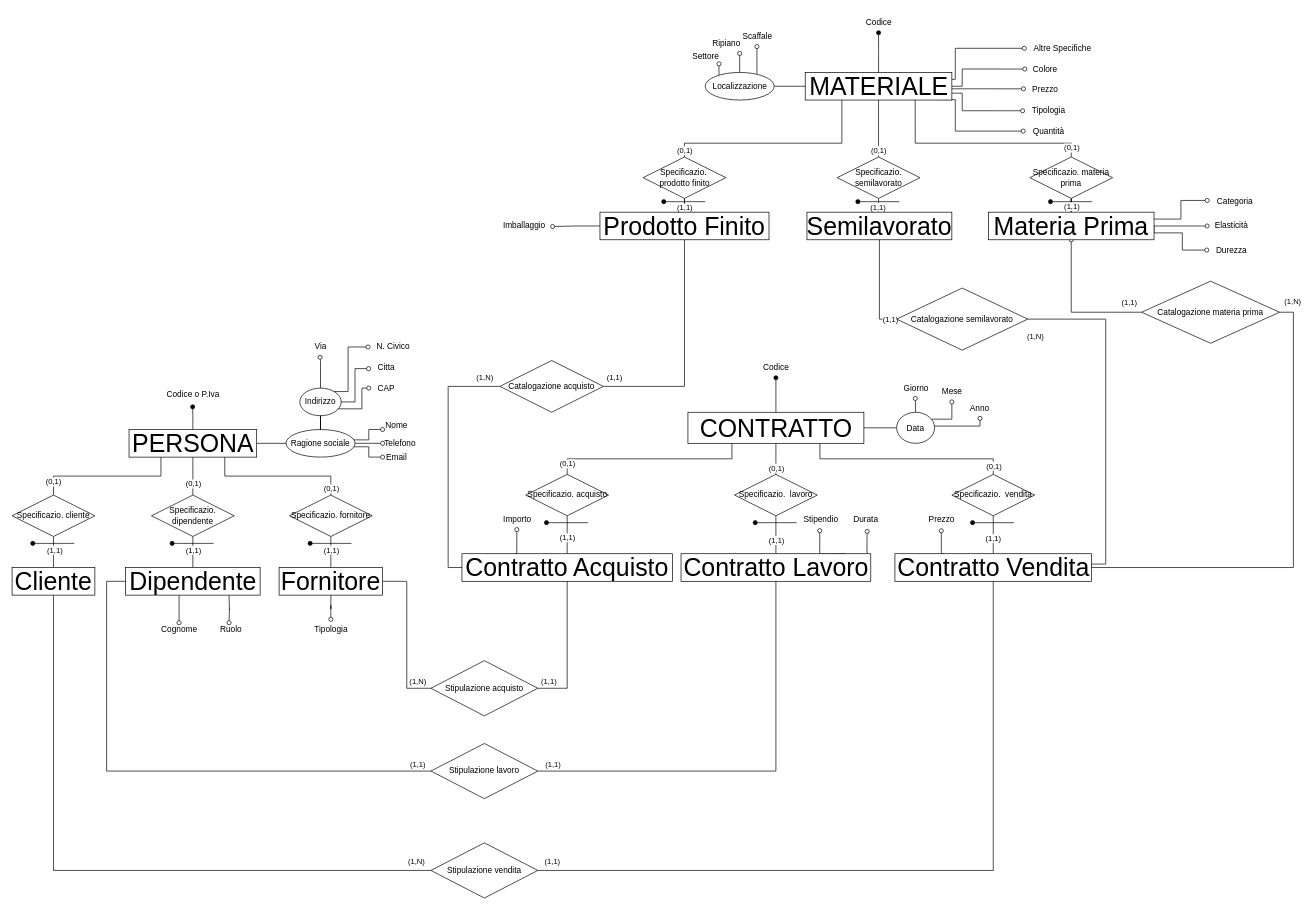
The draw.io diagram 3)Progettazione logica/MODELLO ER con GENERALIZZAZIONE.drawio in mikecostanzi/ProgettoBasiDati, before the edit. Source tidied: cells renumbered, new cells numbered last; positions are measured from the earlier drawing's top-left corner, leaving out a move shared by most shapes. Both pictures are drawn from the tidied source at 69%, with x=0, y=0 at pixel (12, 12).
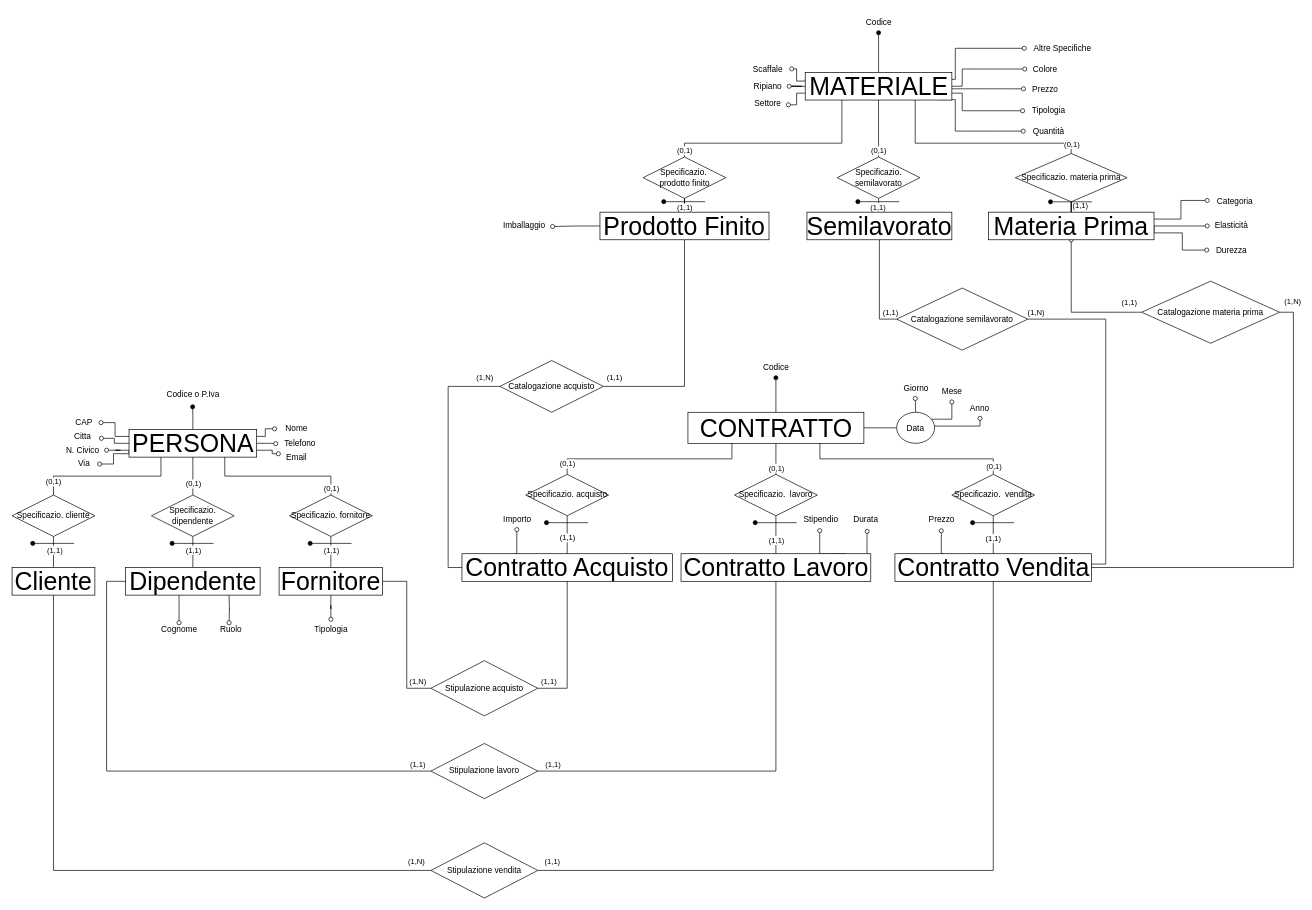
The same page after the edit.

Commit message (it also covers changes not shown here):
Modificata la generalizzazione

The change refers to these unchanged cells:
```xml
<mxCell id="4" value="PERSONA" style="whiteSpace=wrap;html=1;align=center;fontSize=36;" parent="1" vertex="1">
  <mxGeometry x="169.5" y="605" width="185" height="40" as="geometry" />
</mxCell>
<mxCell id="50" style="edgeStyle=orthogonalEdgeStyle;rounded=0;jettySize=auto;html=1;entryX=1;entryY=0.5;entryDx=0;entryDy=0;endArrow=none;endFill=0;exitX=1;exitY=0.5;exitDx=0;exitDy=0;" parent="1" edge="1" source="56" target="92">
  <mxGeometry relative="1" as="geometry">
    <Array as="points">
      <mxPoint x="1565" y="800" />
      <mxPoint x="1585" y="800" />
      <mxPoint x="1585" y="445" />
    </Array>
  </mxGeometry>
</mxCell>
<mxCell id="90" style="edgeStyle=orthogonalEdgeStyle;rounded=0;jettySize=auto;html=1;entryX=0.5;entryY=1;entryDx=0;entryDy=0;endArrow=none;endFill=0;exitX=0;exitY=0.5;exitDx=0;exitDy=0;" parent="1" edge="1" source="92" target="116">
  <mxGeometry relative="1" as="geometry" />
</mxCell>
<mxCell id="103" value="MATERIALE" style="whiteSpace=wrap;html=1;align=center;fontSize=36;" parent="1" vertex="1">
  <mxGeometry x="1149.5" y="87.5" width="212.5" height="40" as="geometry" />
</mxCell>
<mxCell id="107" style="edgeStyle=orthogonalEdgeStyle;rounded=0;jettySize=auto;html=1;entryX=0.5;entryY=1;entryDx=0;entryDy=0;endArrow=none;endFill=0;" parent="1" edge="1" source="109" target="160">
  <mxGeometry relative="1" as="geometry" />
</mxCell>
```

The edit, as a diff of the source:
```diff
@@
-    <mxCell id="2" style="edgeStyle=orthogonalEdgeStyle;rounded=0;jettySize=auto;html=1;fontSize=12;endArrow=none;endFill=0;" parent="1" edge="1" source="4" target="23">
-      <mxGeometry relative="1" as="geometry" />
-    </mxCell>
@@
+    <mxCell id="170" style="edgeStyle=orthogonalEdgeStyle;rounded=0;jettySize=auto;html=1;exitX=0;exitY=0.25;exitDx=0;exitDy=0;endArrow=oval;endFill=0;" parent="1" edge="1" source="4" target="33">
+      <mxGeometry relative="1" as="geometry" />
+    </mxCell>
+    <mxCell id="171" style="edgeStyle=orthogonalEdgeStyle;rounded=0;jettySize=auto;html=1;entryX=1.05;entryY=0.592;entryDx=0;entryDy=0;entryPerimeter=0;endArrow=oval;endFill=0;" parent="1" edge="1" source="4" target="32">
+      <mxGeometry relative="1" as="geometry" />
+    </mxCell>
+    <mxCell id="172" style="edgeStyle=orthogonalEdgeStyle;rounded=0;jettySize=auto;html=1;exitX=0;exitY=0.75;exitDx=0;exitDy=0;endArrow=oval;endFill=0;" parent="1" edge="1" source="4" target="31">
+      <mxGeometry relative="1" as="geometry" />
+    </mxCell>
+    <mxCell id="173" style="edgeStyle=orthogonalEdgeStyle;rounded=0;jettySize=auto;html=1;exitX=0;exitY=0.75;exitDx=0;exitDy=0;endArrow=oval;endFill=0;" parent="1" edge="1" source="4">
+      <mxGeometry relative="1" as="geometry">
+        <mxPoint x="127" y="655" as="targetPoint" />
+        <Array as="points">
+          <mxPoint x="170" y="640" />
+          <mxPoint x="147" y="640" />
+          <mxPoint x="147" y="655" />
+        </Array>
+      </mxGeometry>
+    </mxCell>
+    <mxCell id="174" style="edgeStyle=orthogonalEdgeStyle;rounded=0;jettySize=auto;html=1;exitX=1;exitY=0.25;exitDx=0;exitDy=0;entryX=-0.025;entryY=0.548;entryDx=0;entryDy=0;entryPerimeter=0;endArrow=oval;endFill=0;" parent="1" edge="1" source="4" target="34">
+      <mxGeometry relative="1" as="geometry">
+        <Array as="points">
+          <mxPoint x="367" y="615" />
+          <mxPoint x="367" y="604" />
+        </Array>
+      </mxGeometry>
+    </mxCell>
+    <mxCell id="175" style="edgeStyle=orthogonalEdgeStyle;rounded=0;jettySize=auto;html=1;entryX=0.002;entryY=0.513;entryDx=0;entryDy=0;entryPerimeter=0;endArrow=oval;endFill=0;" parent="1" edge="1" source="4" target="35">
+      <mxGeometry relative="1" as="geometry" />
+    </mxCell>
+    <mxCell id="176" style="edgeStyle=orthogonalEdgeStyle;rounded=0;jettySize=auto;html=1;exitX=1;exitY=0.75;exitDx=0;exitDy=0;endArrow=oval;endFill=0;entryX=-0.021;entryY=0.337;entryDx=0;entryDy=0;entryPerimeter=0;" parent="1" edge="1" source="4" target="36">
+      <mxGeometry relative="1" as="geometry">
+        <Array as="points">
+          <mxPoint x="377" y="635" />
+          <mxPoint x="377" y="640" />
+          <mxPoint x="386" y="640" />
+        </Array>
+      </mxGeometry>
+    </mxCell>
@@
-    <mxCell id="19" style="edgeStyle=orthogonalEdgeStyle;rounded=0;jettySize=auto;html=1;fontSize=12;endArrow=none;endFill=0;" parent="1" edge="1" source="23" target="28">
-      <mxGeometry relative="1" as="geometry" />
-    </mxCell>
-    <mxCell id="20" style="edgeStyle=orthogonalEdgeStyle;rounded=0;jettySize=auto;html=1;endArrow=oval;endFill=0;" parent="1" edge="1" source="23">
-      <mxGeometry relative="1" as="geometry">
-        <mxPoint x="537" y="605" as="targetPoint" />
-        <Array as="points">
-          <mxPoint x="517" y="620" />
-          <mxPoint x="517" y="605" />
-        </Array>
-      </mxGeometry>
-    </mxCell>
-    <mxCell id="21" style="edgeStyle=orthogonalEdgeStyle;rounded=0;jettySize=auto;html=1;endArrow=oval;endFill=0;" parent="1" edge="1" source="23">
-      <mxGeometry relative="1" as="geometry">
-        <mxPoint x="537" y="625" as="targetPoint" />
-      </mxGeometry>
-    </mxCell>
-    <mxCell id="22" style="edgeStyle=orthogonalEdgeStyle;rounded=0;jettySize=auto;html=1;endArrow=oval;endFill=0;" parent="1" edge="1" source="23">
-      <mxGeometry relative="1" as="geometry">
-        <mxPoint x="537" y="645" as="targetPoint" />
-        <Array as="points">
-          <mxPoint x="517" y="630" />
-          <mxPoint x="517" y="645" />
-        </Array>
-      </mxGeometry>
-    </mxCell>
-    <mxCell id="23" value="Ragione sociale" style="ellipse;whiteSpace=wrap;html=1;align=center;fontSize=12;fillColor=none;" parent="1" vertex="1">
-      <mxGeometry x="397" y="605" width="100" height="40" as="geometry" />
-    </mxCell>
-    <mxCell id="24" style="edgeStyle=orthogonalEdgeStyle;rounded=0;jettySize=auto;html=1;fontSize=12;endArrow=oval;endFill=0;exitX=0.5;exitY=0;exitDx=0;exitDy=0;entryX=0.484;entryY=1.01;entryDx=0;entryDy=0;entryPerimeter=0;" parent="1" edge="1" source="28" target="30">
-      <mxGeometry relative="1" as="geometry">
-        <Array as="points">
-          <mxPoint x="447" y="505" />
-        </Array>
-      </mxGeometry>
-    </mxCell>
-    <mxCell id="25" style="edgeStyle=orthogonalEdgeStyle;rounded=0;jettySize=auto;html=1;endArrow=oval;endFill=0;entryX=-0.006;entryY=0.557;entryDx=0;entryDy=0;entryPerimeter=0;" parent="1" edge="1" source="28" target="32">
-      <mxGeometry relative="1" as="geometry" />
-    </mxCell>
-    <mxCell id="26" style="edgeStyle=orthogonalEdgeStyle;rounded=0;jettySize=auto;html=1;endArrow=oval;endFill=0;" parent="1" edge="1" source="28">
-      <mxGeometry relative="1" as="geometry">
-        <mxPoint x="517" y="545" as="targetPoint" />
-        <Array as="points">
-          <mxPoint x="507" y="575" />
-          <mxPoint x="507" y="545" />
-        </Array>
-      </mxGeometry>
-    </mxCell>
-    <mxCell id="27" style="edgeStyle=orthogonalEdgeStyle;rounded=0;jettySize=auto;html=1;entryX=-0.015;entryY=0.512;entryDx=0;entryDy=0;entryPerimeter=0;endArrow=oval;endFill=0;" parent="1" edge="1" source="28" target="31">
-      <mxGeometry relative="1" as="geometry">
-        <Array as="points">
-          <mxPoint x="487" y="550" />
-          <mxPoint x="487" y="485" />
-          <mxPoint x="516" y="485" />
-        </Array>
-      </mxGeometry>
-    </mxCell>
-    <mxCell id="28" value="Indirizzo" style="ellipse;whiteSpace=wrap;html=1;align=center;fontSize=12;fillColor=none;" parent="1" vertex="1">
-      <mxGeometry x="417" y="545" width="60" height="40" as="geometry" />
-    </mxCell>
@@
     <mxCell id="30" value="Via" style="text;html=1;align=center;verticalAlign=middle;points=[];strokeColor=none;fillColor=none;" parent="1" vertex="1">
-      <mxGeometry x="427" y="470" width="40" height="30" as="geometry" />
+      <mxGeometry x="84" y="640" width="40" height="30" as="geometry" />
     </mxCell>
     <mxCell id="31" value="N. Civico" style="text;html=1;align=center;verticalAlign=middle;points=[];strokeColor=none;fillColor=none;" parent="1" vertex="1">
-      <mxGeometry x="517" y="470" width="70" height="30" as="geometry" />
+      <mxGeometry x="67" y="620" width="70" height="30" as="geometry" />
     </mxCell>
     <mxCell id="32" value="Citta" style="text;html=1;align=center;verticalAlign=middle;points=[];strokeColor=none;fillColor=none;" parent="1" vertex="1">
-      <mxGeometry x="517" y="500" width="50" height="30" as="geometry" />
+      <mxGeometry x="77" y="600" width="50" height="30" as="geometry" />
     </mxCell>
     <mxCell id="33" value="CAP" style="text;html=1;align=center;verticalAlign=middle;points=[];strokeColor=none;fillColor=none;" parent="1" vertex="1">
-      <mxGeometry x="517" y="530" width="50" height="30" as="geometry" />
+      <mxGeometry x="79" y="580" width="50" height="30" as="geometry" />
     </mxCell>
     <mxCell id="34" value="Nome" style="text;html=1;align=center;verticalAlign=middle;points=[];strokeColor=none;fillColor=none;" parent="1" vertex="1">
-      <mxGeometry x="527" y="585" width="60" height="30" as="geometry" />
+      <mxGeometry x="382" y="587.5" width="60" height="30" as="geometry" />
     </mxCell>
     <mxCell id="35" value="Telefono" style="text;html=1;align=center;verticalAlign=middle;points=[];strokeColor=none;fillColor=none;" parent="1" vertex="1">
-      <mxGeometry x="527" y="610" width="70" height="30" as="geometry" />
+      <mxGeometry x="382" y="610" width="70" height="30" as="geometry" />
     </mxCell>
     <mxCell id="36" value="Email" style="text;html=1;align=center;verticalAlign=middle;points=[];strokeColor=none;fillColor=none;" parent="1" vertex="1">
-      <mxGeometry x="532" y="630" width="50" height="30" as="geometry" />
+      <mxGeometry x="387" y="630" width="50" height="30" as="geometry" />
     </mxCell>
@@
     <mxCell id="51" value="(1,N)" style="edgeLabel;html=1;align=center;verticalAlign=middle;" parent="50" vertex="1">
       <mxGeometry x="0.91" y="-2" relative="1" as="geometry">
-        <mxPoint x="-12" y="27" as="offset" />
+        <mxPoint x="-11" y="-8" as="offset" />
       </mxGeometry>
     </mxCell>
@@
     <mxCell id="91" value="(1,1)" style="edgeLabel;html=1;align=center;verticalAlign=middle;" parent="90" vertex="1">
       <mxGeometry x="-0.29" y="3" relative="1" as="geometry">
-        <mxPoint x="18" y="24" as="offset" />
+        <mxPoint x="18" y="15" as="offset" />
       </mxGeometry>
     </mxCell>
@@
-    <mxCell id="102" style="edgeStyle=orthogonalEdgeStyle;rounded=0;jettySize=auto;html=1;endArrow=none;endFill=0;exitX=0;exitY=0.5;exitDx=0;exitDy=0;" parent="1" edge="1" source="103" target="126">
-      <mxGeometry relative="1" as="geometry" />
-    </mxCell>
+    <mxCell id="177" style="edgeStyle=orthogonalEdgeStyle;rounded=0;jettySize=auto;html=1;exitX=0;exitY=0.25;exitDx=0;exitDy=0;entryX=1.006;entryY=0.493;entryDx=0;entryDy=0;entryPerimeter=0;endArrow=oval;endFill=0;" parent="1" edge="1" source="103" target="129">
+      <mxGeometry relative="1" as="geometry">
+        <Array as="points">
+          <mxPoint x="1150" y="100" />
+          <mxPoint x="1137" y="100" />
+          <mxPoint x="1137" y="82" />
+        </Array>
+      </mxGeometry>
+    </mxCell>
+    <mxCell id="178" style="edgeStyle=orthogonalEdgeStyle;rounded=0;jettySize=auto;html=1;entryX=1.028;entryY=0.501;entryDx=0;entryDy=0;entryPerimeter=0;endArrow=oval;endFill=0;" parent="1" edge="1" source="103" target="128">
+      <mxGeometry relative="1" as="geometry" />
+    </mxCell>
+    <mxCell id="179" style="edgeStyle=orthogonalEdgeStyle;rounded=0;jettySize=auto;html=1;exitX=0;exitY=0.75;exitDx=0;exitDy=0;entryX=1.011;entryY=0.563;entryDx=0;entryDy=0;entryPerimeter=0;endArrow=oval;endFill=0;" parent="1" edge="1" source="103" target="127">
+      <mxGeometry relative="1" as="geometry">
+        <Array as="points">
+          <mxPoint x="1137" y="118" />
+          <mxPoint x="1137" y="134" />
+        </Array>
+      </mxGeometry>
+    </mxCell>
@@
     <mxCell id="108" value="(1,1)" style="edgeLabel;html=1;align=center;verticalAlign=middle;" parent="107" vertex="1">
-      <mxGeometry x="0.62" relative="1" as="geometry" />
+      <mxGeometry x="0.62" relative="1" as="geometry">
+        <mxPoint x="12" y="-7" as="offset" />
+      </mxGeometry>
     </mxCell>
@@
-    <mxCell id="123" style="edgeStyle=orthogonalEdgeStyle;rounded=0;jettySize=auto;html=1;endArrow=oval;endFill=0;" parent="1" edge="1" source="126">
-      <mxGeometry relative="1" as="geometry">
-        <mxPoint x="1024.5" y="75" as="targetPoint" />
-        <Array as="points">
-          <mxPoint x="1024.5" y="75" />
-          <mxPoint x="1024.5" y="75" />
-        </Array>
-      </mxGeometry>
-    </mxCell>
-    <mxCell id="124" style="edgeStyle=orthogonalEdgeStyle;rounded=0;jettySize=auto;html=1;endArrow=oval;endFill=0;" parent="1" edge="1" source="126" target="129">
-      <mxGeometry relative="1" as="geometry">
-        <Array as="points">
-          <mxPoint x="1079.5" y="75" />
-          <mxPoint x="1079.5" y="75" />
-        </Array>
-      </mxGeometry>
-    </mxCell>
-    <mxCell id="125" style="edgeStyle=orthogonalEdgeStyle;rounded=0;jettySize=auto;html=1;endArrow=oval;endFill=0;" parent="1" edge="1" source="126" target="128">
-      <mxGeometry relative="1" as="geometry">
-        <Array as="points">
-          <mxPoint x="1054.5" y="65" />
-          <mxPoint x="1054.5" y="65" />
-        </Array>
-      </mxGeometry>
-    </mxCell>
-    <mxCell id="126" value="Localizzazione" style="ellipse;whiteSpace=wrap;html=1;align=center;" parent="1" vertex="1">
-      <mxGeometry x="1004.5" y="87.5" width="100" height="40" as="geometry" />
-    </mxCell>
     <mxCell id="127" value="Settore" style="text;html=1;align=center;verticalAlign=middle;points=[];strokeColor=none;fillColor=none;" parent="1" vertex="1">
-      <mxGeometry x="974.5" y="50" width="60" height="30" as="geometry" />
+      <mxGeometry x="1064.5" y="117.5" width="60" height="30" as="geometry" />
     </mxCell>
     <mxCell id="128" value="Ripiano" style="text;html=1;align=center;verticalAlign=middle;points=[];strokeColor=none;fillColor=none;" parent="1" vertex="1">
-      <mxGeometry x="1004.5" y="30" width="60" height="30" as="geometry" />
+      <mxGeometry x="1064.5" y="92.5" width="60" height="30" as="geometry" />
     </mxCell>
     <mxCell id="129" value="Scaffale" style="text;html=1;align=center;verticalAlign=middle;points=[];strokeColor=none;fillColor=none;" parent="1" vertex="1">
-      <mxGeometry x="1044.5" y="20" width="70" height="30" as="geometry" />
+      <mxGeometry x="1059.5" y="67.5" width="70" height="30" as="geometry" />
     </mxCell>
@@
     <mxCell id="160" value="Specificazio. materia prima" style="shape=rhombus;perimeter=rhombusPerimeter;whiteSpace=wrap;html=1;align=center;" parent="1" vertex="1">
-      <mxGeometry x="1475" y="210" width="120" height="60" as="geometry" />
+      <mxGeometry x="1454" y="205" width="162" height="70" as="geometry" />
     </mxCell>
@@
     <mxCell id="167" style="endArrow=none;html=1;rounded=0;endFill=0;startArrow=oval;startFill=1;" parent="1" edge="1">
       <mxGeometry relative="1" as="geometry">
-        <mxPoint x="1505" y="274.8" as="sourcePoint" />
-        <mxPoint x="1565" y="274.8" as="targetPoint" />
+        <mxPoint x="1505" y="275" as="sourcePoint" />
+        <mxPoint x="1565" y="275" as="targetPoint" />
         <Array as="points">
-          <mxPoint x="1535" y="274.8" />
+          <mxPoint x="1535" y="275" />
         </Array>
       </mxGeometry>
     </mxCell>
```
